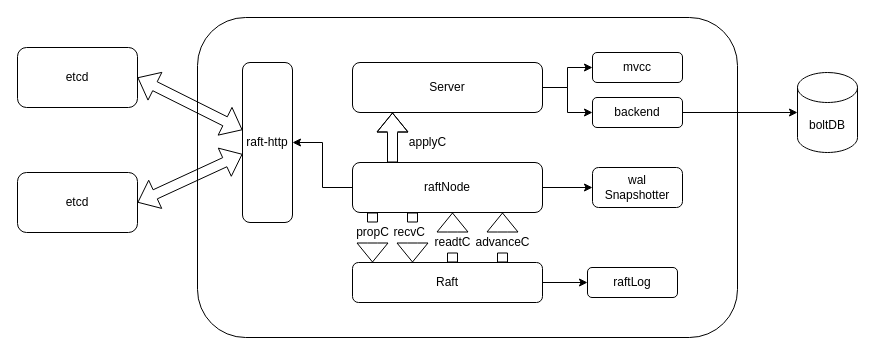
Above: etcd架构.drawio in kaiizi/draw (draw.io), before the change. Source tidied: cells renumbered, new cells numbered last; positions are measured from the earlier drawing's top-left corner, leaving out a move shared by most shapes. Both pictures are drawn from the tidied source at 100%, with x=0, y=0 at pixel (17, 17).
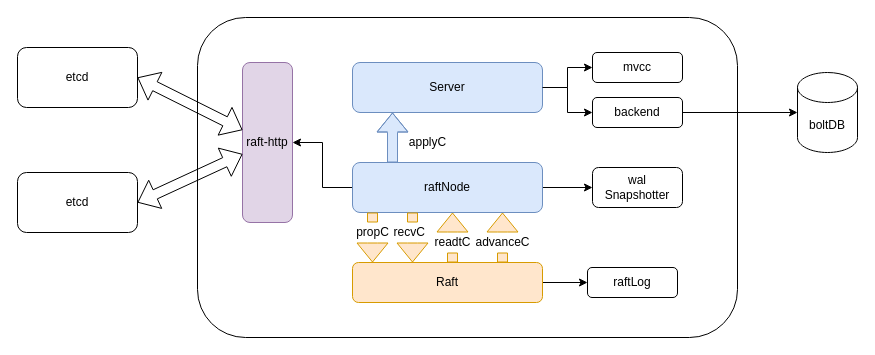
Above is the later version.

Unchanged cells that the change refers to:
```xml
<mxCell id="15" value="propC" style="text;html=1;align=center;verticalAlign=middle;points=[];strokeColor=none;fillColor=none;" parent="1" vertex="1">
  <mxGeometry x="330" y="205" width="50" height="20" as="geometry" />
</mxCell>
<mxCell id="21" value="readtC" style="text;html=1;align=center;verticalAlign=middle;points=[];strokeColor=none;fillColor=none;" parent="1" vertex="1">
  <mxGeometry x="410" y="215" width="50" height="20" as="geometry" />
</mxCell>
```

What changed in the source:
```diff
@@
-    <mxCell id="4" value="Server" style="rounded=1;whiteSpace=wrap;html=1;" parent="1" vertex="1">
+    <mxCell id="4" value="Server" style="rounded=1;whiteSpace=wrap;html=1;fillColor=#dae8fc;strokeColor=#6c8ebf;" parent="1" vertex="1">
       <mxGeometry x="335" y="45" width="190" height="50" as="geometry" />
     </mxCell>
@@
-    <mxCell id="7" value="raftNode" style="rounded=1;whiteSpace=wrap;html=1;" parent="1" vertex="1">
+    <mxCell id="7" value="raftNode" style="rounded=1;whiteSpace=wrap;html=1;fillColor=#dae8fc;strokeColor=#6c8ebf;" parent="1" vertex="1">
       <mxGeometry x="335" y="145" width="190" height="50" as="geometry" />
     </mxCell>
@@
-    <mxCell id="9" value="Raft" style="rounded=1;whiteSpace=wrap;html=1;" parent="1" vertex="1">
+    <mxCell id="9" value="Raft" style="rounded=1;whiteSpace=wrap;html=1;fillColor=#ffe6cc;strokeColor=#d79b00;" parent="1" vertex="1">
       <mxGeometry x="335" y="245" width="190" height="40" as="geometry" />
     </mxCell>
-    <mxCell id="10" value="raft-http" style="rounded=1;whiteSpace=wrap;html=1;" parent="1" vertex="1">
+    <mxCell id="10" value="raft-http" style="rounded=1;whiteSpace=wrap;html=1;fillColor=#e1d5e7;strokeColor=#9673a6;" parent="1" vertex="1">
       <mxGeometry x="225" y="45" width="50" height="160" as="geometry" />
     </mxCell>
-    <mxCell id="11" style="shape=flexArrow;endArrow=classic;html=1;rounded=0;startArrow=none;" parent="1" edge="1" source="21">
+    <mxCell id="11" style="shape=flexArrow;endArrow=classic;html=1;rounded=0;startArrow=none;fillColor=#ffe6cc;strokeColor=#d79b00;" parent="1" edge="1" source="21">
       <mxGeometry relative="1" as="geometry">
         <mxPoint x="435" y="195" as="targetPoint" />
       </mxGeometry>
     </mxCell>
-    <mxCell id="12" style="shape=flexArrow;endArrow=classic;html=1;rounded=0;" parent="1" edge="1">
+    <mxCell id="12" style="shape=flexArrow;endArrow=classic;html=1;rounded=0;fillColor=#dae8fc;strokeColor=#6c8ebf;" parent="1" edge="1">
       <mxGeometry relative="1" as="geometry">
         <mxPoint x="375" y="145" as="sourcePoint" />
         <mxPoint x="375" y="95" as="targetPoint" />
         <Array as="points">
           <mxPoint x="375" y="115" />
         </Array>
       </mxGeometry>
     </mxCell>
-    <mxCell id="13" style="shape=flexArrow;endArrow=classic;html=1;rounded=0;startArrow=none;" parent="1" edge="1" source="15">
+    <mxCell id="13" style="shape=flexArrow;endArrow=classic;html=1;rounded=0;startArrow=none;fillColor=#ffe6cc;strokeColor=#d79b00;" parent="1" edge="1" source="15">
       <mxGeometry relative="1" as="geometry">
         <mxPoint x="355" y="245" as="targetPoint" />
       </mxGeometry>
     </mxCell>
@@
-    <mxCell id="16" style="shape=flexArrow;endArrow=none;html=1;rounded=0;" parent="1" edge="1" target="15">
+    <mxCell id="16" style="shape=flexArrow;endArrow=none;html=1;rounded=0;fillColor=#ffe6cc;strokeColor=#d79b00;" parent="1" edge="1" target="15">
       <mxGeometry relative="1" as="geometry">
         <mxPoint x="355" y="195" as="sourcePoint" />
       </mxGeometry>
     </mxCell>
@@
-    <mxCell id="18" style="shape=flexArrow;endArrow=classic;html=1;rounded=0;startArrow=none;" parent="1" edge="1">
+    <mxCell id="18" style="shape=flexArrow;endArrow=classic;html=1;rounded=0;startArrow=none;fillColor=#ffe6cc;strokeColor=#d79b00;" parent="1" edge="1">
       <mxGeometry relative="1" as="geometry">
         <mxPoint x="395" y="225" as="sourcePoint" />
         <mxPoint x="395" y="245" as="targetPoint" />
       </mxGeometry>
     </mxCell>
-    <mxCell id="19" style="shape=flexArrow;endArrow=none;html=1;rounded=0;" parent="1" edge="1">
+    <mxCell id="19" style="shape=flexArrow;endArrow=none;html=1;rounded=0;fillColor=#ffe6cc;strokeColor=#d79b00;" parent="1" edge="1">
       <mxGeometry relative="1" as="geometry">
         <mxPoint x="395" y="195" as="sourcePoint" />
         <mxPoint x="395" y="205" as="targetPoint" />
       </mxGeometry>
     </mxCell>
@@
-    <mxCell id="22" style="shape=flexArrow;endArrow=none;html=1;rounded=0;" parent="1" edge="1" target="21">
+    <mxCell id="22" style="shape=flexArrow;endArrow=none;html=1;rounded=0;fillColor=#ffe6cc;strokeColor=#d79b00;" parent="1" edge="1" target="21">
       <mxGeometry relative="1" as="geometry">
         <mxPoint x="435" y="245" as="sourcePoint" />
       </mxGeometry>
     </mxCell>
-    <mxCell id="23" style="shape=flexArrow;endArrow=classic;html=1;rounded=0;startArrow=none;" parent="1" edge="1">
+    <mxCell id="23" style="shape=flexArrow;endArrow=classic;html=1;rounded=0;startArrow=none;fillColor=#ffe6cc;strokeColor=#d79b00;" parent="1" edge="1">
       <mxGeometry relative="1" as="geometry">
         <mxPoint x="485" y="215" as="sourcePoint" />
         <mxPoint x="485" y="195" as="targetPoint" />
       </mxGeometry>
     </mxCell>
-    <mxCell id="24" style="shape=flexArrow;endArrow=none;html=1;rounded=0;" parent="1" edge="1">
+    <mxCell id="24" style="shape=flexArrow;endArrow=none;html=1;rounded=0;fillColor=#ffe6cc;strokeColor=#d79b00;" parent="1" edge="1">
       <mxGeometry relative="1" as="geometry">
         <mxPoint x="485" y="245" as="sourcePoint" />
         <mxPoint x="485" y="235" as="targetPoint" />
       </mxGeometry>
     </mxCell>
```
